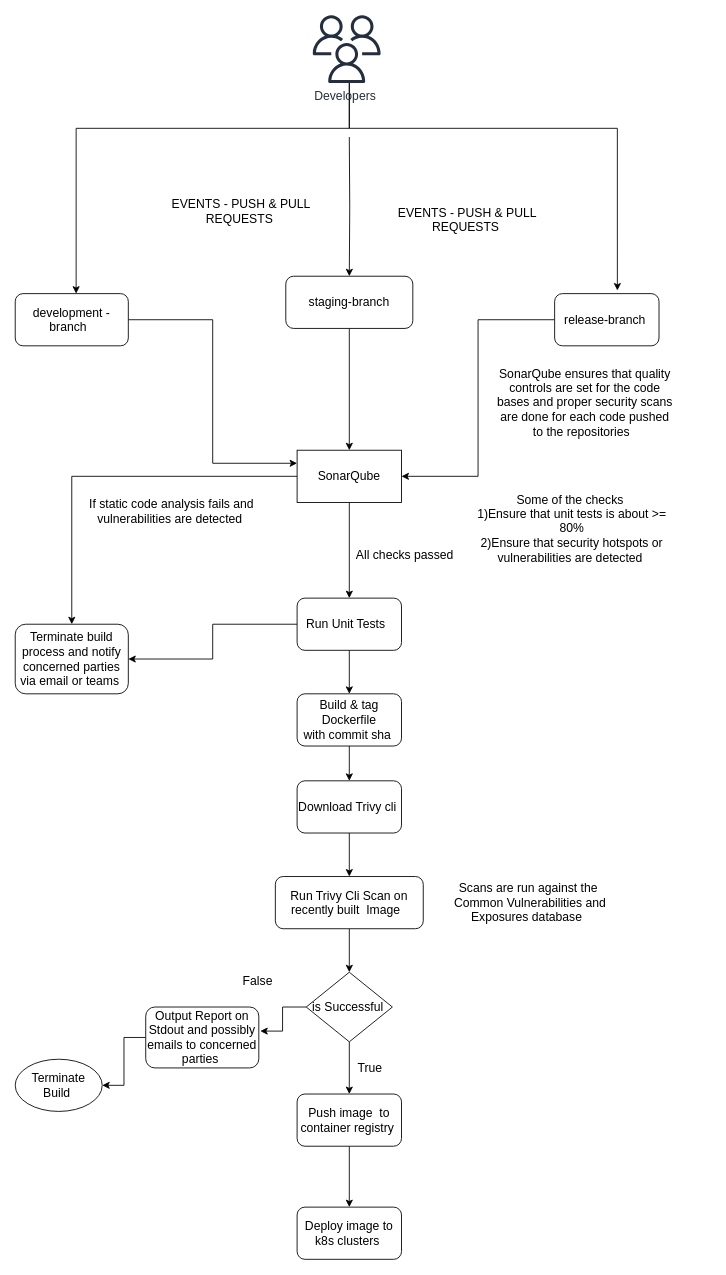
tyger-rareatom/consulting-architectures keeps this draw.io diagram as icurity.drawio. Above is the earlier version. Source tidied: cells renumbered, new cells numbered last; positions are measured from the earlier drawing's top-left corner, leaving out a move shared by most shapes. Both pictures are drawn from the tidied source at 87%, with x=0, y=0 at pixel (15, 15).
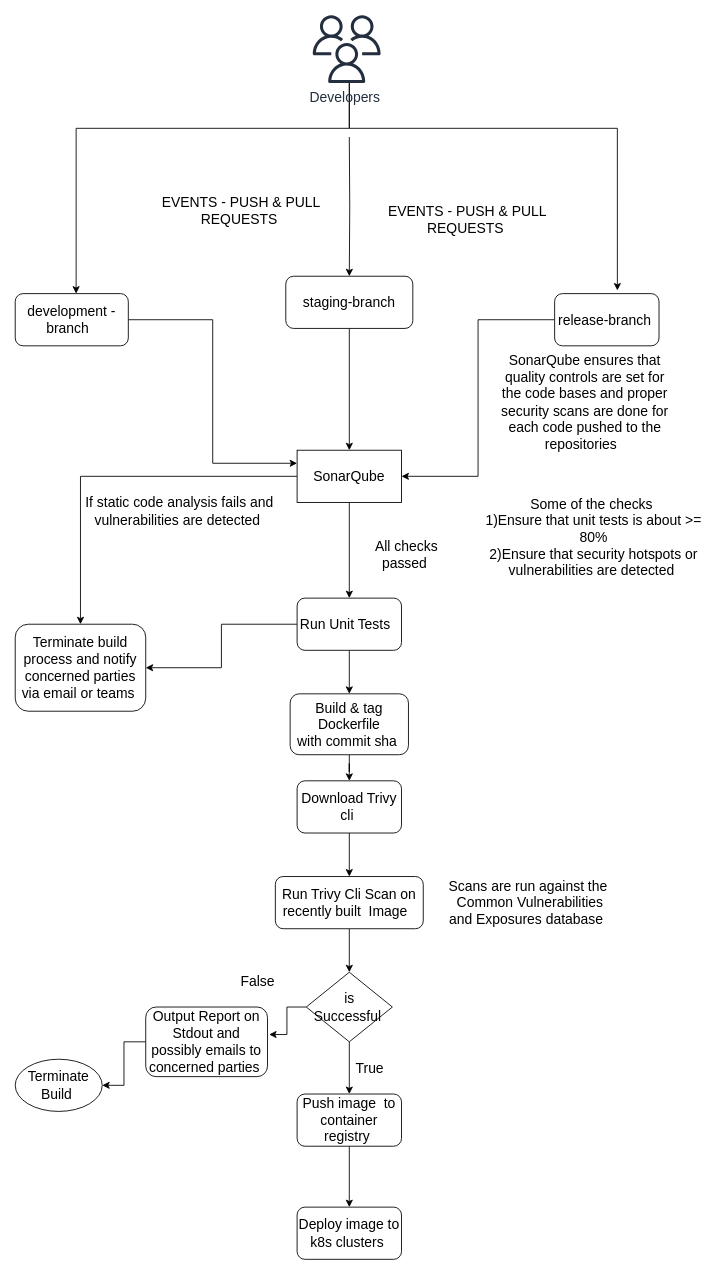
Above is the later version.

Commit message:
Increased font size for the pipeline

The edit, as a diff of the source:
```diff
@@
-    <mxCell id="2" style="edgeStyle=orthogonalEdgeStyle;rounded=0;jettySize=auto;html=1;fontSize=14;" parent="1" edge="1" source="3" target="16">
+    <mxCell id="2" style="edgeStyle=orthogonalEdgeStyle;rounded=0;jettySize=auto;html=1;fontSize=16;" parent="1" edge="1" source="3" target="16">
       <mxGeometry relative="1" as="geometry" />
     </mxCell>
-    <mxCell id="3" value="staging-branch" style="rounded=1;whiteSpace=wrap;html=1;fontSize=14;" parent="1" vertex="1">
+    <mxCell id="3" value="staging-branch" style="rounded=1;whiteSpace=wrap;html=1;fontSize=16;" parent="1" vertex="1">
       <mxGeometry x="311" y="300" width="146" height="60" as="geometry" />
     </mxCell>
-    <mxCell id="4" style="edgeStyle=orthogonalEdgeStyle;rounded=0;jettySize=auto;html=1;fontSize=14;" parent="1" edge="1" target="3">
+    <mxCell id="4" style="edgeStyle=orthogonalEdgeStyle;rounded=0;jettySize=auto;html=1;fontSize=16;" parent="1" edge="1" target="3">
       <mxGeometry relative="1" as="geometry">
         <mxPoint x="384" y="140" as="sourcePoint" />
       </mxGeometry>
     </mxCell>
-    <mxCell id="5" style="edgeStyle=orthogonalEdgeStyle;rounded=0;jettySize=auto;html=1;fontSize=14;" parent="1" edge="1" source="7" target="10">
+    <mxCell id="5" style="edgeStyle=orthogonalEdgeStyle;rounded=0;jettySize=auto;html=1;fontSize=16;" parent="1" edge="1" source="7" target="10">
       <mxGeometry relative="1" as="geometry">
         <Array as="points">
           <mxPoint x="384" y="130" />
           <mxPoint x="70" y="130" />
         </Array>
       </mxGeometry>
     </mxCell>
-    <mxCell id="6" style="edgeStyle=orthogonalEdgeStyle;rounded=0;jettySize=auto;html=1;entryX=0.601;entryY=-0.061;entryDx=0;entryDy=0;entryPerimeter=0;fontSize=14;" parent="1" edge="1" source="7" target="12">
+    <mxCell id="6" style="edgeStyle=orthogonalEdgeStyle;rounded=0;jettySize=auto;html=1;entryX=0.601;entryY=-0.061;entryDx=0;entryDy=0;entryPerimeter=0;fontSize=16;" parent="1" edge="1" source="7" target="12">
       <mxGeometry relative="1" as="geometry">
         <Array as="points">
           <mxPoint x="384" y="130" />
           <mxPoint x="692" y="130" />
         </Array>
       </mxGeometry>
     </mxCell>
-    <mxCell id="7" value="&lt;font style=&quot;font-size: 14px;&quot;&gt;Developers&amp;nbsp;&lt;/font&gt;" style="outlineConnect=0;fontColor=#232F3E;gradientColor=none;fillColor=#232F3E;strokeColor=none;dashed=0;verticalLabelPosition=bottom;verticalAlign=top;align=center;html=1;fontSize=14;fontStyle=0;shape=mxgraph.aws4.users;" parent="1" vertex="1">
+    <mxCell id="7" value="&lt;font style=&quot;font-size: 16px;&quot;&gt;Developers&amp;nbsp;&lt;/font&gt;" style="outlineConnect=0;fontColor=#232F3E;gradientColor=none;fillColor=#232F3E;strokeColor=none;dashed=0;verticalLabelPosition=bottom;verticalAlign=top;align=center;html=1;fontSize=16;fontStyle=0;shape=mxgraph.aws4.users;" parent="1" vertex="1">
       <mxGeometry x="342" width="78" height="78" as="geometry" />
     </mxCell>
-    <mxCell id="8" value="EVENTS - PUSH &amp;amp; PULL REQUESTS&amp;nbsp;" style="text;html=1;strokeColor=none;fillColor=none;align=center;verticalAlign=middle;whiteSpace=wrap;rounded=0;fontSize=14;" parent="1" vertex="1">
+    <mxCell id="8" value="EVENTS - PUSH &amp;amp; PULL REQUESTS&amp;nbsp;" style="text;html=1;strokeColor=none;fillColor=none;align=center;verticalAlign=middle;whiteSpace=wrap;rounded=0;fontSize=16;" parent="1" vertex="1">
       <mxGeometry x="160" y="200" width="200" height="50" as="geometry" />
     </mxCell>
-    <mxCell id="9" style="edgeStyle=orthogonalEdgeStyle;rounded=0;jettySize=auto;html=1;entryX=0;entryY=0.25;entryDx=0;entryDy=0;fontSize=14;" parent="1" edge="1" source="10" target="16">
+    <mxCell id="9" style="edgeStyle=orthogonalEdgeStyle;rounded=0;jettySize=auto;html=1;entryX=0;entryY=0.25;entryDx=0;entryDy=0;fontSize=16;" parent="1" edge="1" source="10" target="16">
       <mxGeometry relative="1" as="geometry" />
     </mxCell>
-    <mxCell id="10" value="development -branch&amp;nbsp;&amp;nbsp;" style="rounded=1;whiteSpace=wrap;html=1;fontSize=14;" parent="1" vertex="1">
+    <mxCell id="10" value="development -branch&amp;nbsp;&amp;nbsp;" style="rounded=1;whiteSpace=wrap;html=1;fontSize=16;" parent="1" vertex="1">
       <mxGeometry y="320" width="130" height="60" as="geometry" />
     </mxCell>
-    <mxCell id="11" style="edgeStyle=orthogonalEdgeStyle;rounded=0;jettySize=auto;html=1;entryX=1;entryY=0.5;entryDx=0;entryDy=0;fontSize=14;" parent="1" edge="1" source="12" target="16">
+    <mxCell id="11" style="edgeStyle=orthogonalEdgeStyle;rounded=0;jettySize=auto;html=1;entryX=1;entryY=0.5;entryDx=0;entryDy=0;fontSize=16;" parent="1" edge="1" source="12" target="16">
       <mxGeometry relative="1" as="geometry" />
     </mxCell>
-    <mxCell id="12" value="release-branch&amp;nbsp;" style="rounded=1;whiteSpace=wrap;html=1;fontSize=14;" parent="1" vertex="1">
+    <mxCell id="12" value="release-branch&amp;nbsp;" style="rounded=1;whiteSpace=wrap;html=1;fontSize=16;" parent="1" vertex="1">
       <mxGeometry x="620" y="320" width="120" height="60" as="geometry" />
     </mxCell>
-    <mxCell id="13" value="EVENTS - PUSH &amp;amp; PULL REQUESTS&amp;nbsp;" style="text;html=1;strokeColor=none;fillColor=none;align=center;verticalAlign=middle;whiteSpace=wrap;rounded=0;fontSize=14;" parent="1" vertex="1">
+    <mxCell id="13" value="EVENTS - PUSH &amp;amp; PULL REQUESTS&amp;nbsp;" style="text;html=1;strokeColor=none;fillColor=none;align=center;verticalAlign=middle;whiteSpace=wrap;rounded=0;fontSize=16;" parent="1" vertex="1">
       <mxGeometry x="420" y="210" width="200" height="50" as="geometry" />
     </mxCell>
-    <mxCell id="14" style="edgeStyle=orthogonalEdgeStyle;rounded=0;jettySize=auto;html=1;entryX=0.5;entryY=0;entryDx=0;entryDy=0;fontSize=14;" parent="1" edge="1" source="16" target="23">
+    <mxCell id="14" style="edgeStyle=orthogonalEdgeStyle;rounded=0;jettySize=auto;html=1;entryX=0.5;entryY=0;entryDx=0;entryDy=0;fontSize=16;" parent="1" edge="1" source="16" target="23">
       <mxGeometry relative="1" as="geometry" />
     </mxCell>
-    <mxCell id="15" style="edgeStyle=orthogonalEdgeStyle;rounded=0;jettySize=auto;html=1;fontSize=14;" parent="1" edge="1" source="16" target="21">
+    <mxCell id="15" style="edgeStyle=orthogonalEdgeStyle;rounded=0;jettySize=auto;html=1;fontSize=16;" parent="1" edge="1" source="16" target="21">
       <mxGeometry relative="1" as="geometry" />
     </mxCell>
-    <mxCell id="16" value="SonarQube" style="rounded=0;whiteSpace=wrap;html=1;fontSize=14;" parent="1" vertex="1">
+    <mxCell id="16" value="SonarQube" style="rounded=0;whiteSpace=wrap;html=1;fontSize=16;" parent="1" vertex="1">
       <mxGeometry x="324" y="500" width="120" height="60" as="geometry" />
     </mxCell>
-    <mxCell id="17" value="SonarQube ensures that quality controls are set for the code bases and proper security scans are done for each code pushed to the repositories&amp;nbsp;&amp;nbsp;" style="text;html=1;strokeColor=none;fillColor=none;align=center;verticalAlign=middle;whiteSpace=wrap;rounded=0;fontSize=14;" parent="1" vertex="1">
+    <mxCell id="17" value="SonarQube ensures that quality controls are set for the code bases and proper security scans are done for each code pushed to the repositories&amp;nbsp;&amp;nbsp;" style="text;html=1;strokeColor=none;fillColor=none;align=center;verticalAlign=middle;whiteSpace=wrap;rounded=0;fontSize=16;" parent="1" vertex="1">
       <mxGeometry x="550" y="400" width="210" height="90" as="geometry" />
     </mxCell>
-    <mxCell id="18" value="Some of the checks&amp;nbsp;&lt;br style=&quot;font-size: 14px;&quot;&gt;1)Ensure that unit tests is about &amp;gt;= 80%&lt;br style=&quot;font-size: 14px;&quot;&gt;2)Ensure that security hotspots or vulnerabilities are detected&amp;nbsp;" style="text;html=1;strokeColor=none;fillColor=none;align=center;verticalAlign=middle;whiteSpace=wrap;rounded=0;fontSize=14;" parent="1" vertex="1">
-      <mxGeometry x="530" y="540" width="220" height="100" as="geometry" />
+    <mxCell id="18" value="Some of the checks&amp;nbsp;&lt;br style=&quot;font-size: 16px;&quot;&gt;1)Ensure that unit tests is about &amp;gt;= 80%&lt;br style=&quot;font-size: 16px;&quot;&gt;2)Ensure that security hotspots or vulnerabilities are detected&amp;nbsp;" style="text;html=1;strokeColor=none;fillColor=none;align=center;verticalAlign=middle;whiteSpace=wrap;rounded=0;fontSize=16;" parent="1" vertex="1">
+      <mxGeometry x="530" y="540" width="270" height="120" as="geometry" />
     </mxCell>
-    <mxCell id="19" style="edgeStyle=orthogonalEdgeStyle;rounded=0;jettySize=auto;html=1;fontSize=14;" parent="1" edge="1" source="21" target="26">
+    <mxCell id="19" style="edgeStyle=orthogonalEdgeStyle;rounded=0;jettySize=auto;html=1;fontSize=16;" parent="1" edge="1" source="21" target="26">
       <mxGeometry relative="1" as="geometry" />
     </mxCell>
-    <mxCell id="20" style="edgeStyle=orthogonalEdgeStyle;rounded=0;jettySize=auto;html=1;entryX=1;entryY=0.5;entryDx=0;entryDy=0;fontSize=14;" parent="1" edge="1" source="21" target="23">
+    <mxCell id="20" style="edgeStyle=orthogonalEdgeStyle;rounded=0;jettySize=auto;html=1;entryX=1;entryY=0.5;entryDx=0;entryDy=0;fontSize=16;" parent="1" edge="1" source="21" target="23">
       <mxGeometry relative="1" as="geometry" />
     </mxCell>
-    <mxCell id="21" value="Run Unit Tests&amp;nbsp;&amp;nbsp;" style="rounded=1;whiteSpace=wrap;html=1;fontSize=14;" parent="1" vertex="1">
+    <mxCell id="21" value="Run Unit Tests&amp;nbsp;&amp;nbsp;" style="rounded=1;whiteSpace=wrap;html=1;fontSize=16;" parent="1" vertex="1">
       <mxGeometry x="324" y="670" width="120" height="60" as="geometry" />
     </mxCell>
-    <mxCell id="22" value="All checks passed&amp;nbsp;" style="text;html=1;strokeColor=none;fillColor=none;align=center;verticalAlign=middle;whiteSpace=wrap;rounded=0;fontSize=14;" parent="1" vertex="1">
+    <mxCell id="22" value="All checks passed&amp;nbsp;" style="text;html=1;strokeColor=none;fillColor=none;align=center;verticalAlign=middle;whiteSpace=wrap;rounded=0;fontSize=16;" parent="1" vertex="1">
       <mxGeometry x="390" y="610" width="120" height="20" as="geometry" />
     </mxCell>
-    <mxCell id="23" value="Terminate build process and notify concerned parties via email or teams&amp;nbsp;" style="rounded=1;whiteSpace=wrap;html=1;fontSize=14;" parent="1" vertex="1">
-      <mxGeometry y="700" width="130" height="80" as="geometry" />
+    <mxCell id="23" value="Terminate build process and notify concerned parties via email or teams&amp;nbsp;" style="rounded=1;whiteSpace=wrap;html=1;fontSize=16;" parent="1" vertex="1">
+      <mxGeometry y="700" width="150" height="100" as="geometry" />
     </mxCell>
-    <mxCell id="24" value="If static code analysis fails and vulnerabilities are detected&amp;nbsp;" style="text;html=1;strokeColor=none;fillColor=none;align=center;verticalAlign=middle;whiteSpace=wrap;rounded=0;fontSize=14;" parent="1" vertex="1">
-      <mxGeometry x="70" y="540" width="220" height="60" as="geometry" />
+    <mxCell id="24" value="If static code analysis fails and vulnerabilities are detected&amp;nbsp;" style="text;html=1;strokeColor=none;fillColor=none;align=center;verticalAlign=middle;whiteSpace=wrap;rounded=0;fontSize=16;" parent="1" vertex="1">
+      <mxGeometry x="79" y="540" width="220" height="60" as="geometry" />
     </mxCell>
-    <mxCell id="25" style="edgeStyle=orthogonalEdgeStyle;rounded=0;jettySize=auto;html=1;fontSize=14;" parent="1" edge="1" source="26" target="28">
+    <mxCell id="25" style="edgeStyle=orthogonalEdgeStyle;rounded=0;jettySize=auto;html=1;fontSize=16;" parent="1" edge="1" source="26" target="28">
       <mxGeometry relative="1" as="geometry" />
     </mxCell>
-    <mxCell id="26" value="Build &amp;amp; tag Dockerfile&lt;br style=&quot;font-size: 14px;&quot;&gt;with commit sha&amp;nbsp;" style="rounded=1;whiteSpace=wrap;html=1;fontSize=14;" parent="1" vertex="1">
-      <mxGeometry x="324" y="780" width="120" height="60" as="geometry" />
+    <mxCell id="26" value="Build &amp;amp; tag Dockerfile&lt;br style=&quot;font-size: 16px;&quot;&gt;with commit sha&amp;nbsp;" style="rounded=1;whiteSpace=wrap;html=1;fontSize=16;" parent="1" vertex="1">
+      <mxGeometry x="316" y="780" width="136" height="70" as="geometry" />
     </mxCell>
-    <mxCell id="27" style="edgeStyle=orthogonalEdgeStyle;rounded=0;jettySize=auto;html=1;fontSize=14;" parent="1" edge="1" source="28" target="30">
+    <mxCell id="27" style="edgeStyle=orthogonalEdgeStyle;rounded=0;jettySize=auto;html=1;fontSize=16;" parent="1" edge="1" source="28" target="30">
       <mxGeometry relative="1" as="geometry" />
     </mxCell>
-    <mxCell id="28" value="Download Trivy cli&amp;nbsp;" style="rounded=1;whiteSpace=wrap;html=1;fontSize=14;" parent="1" vertex="1">
+    <mxCell id="28" value="Download Trivy cli&amp;nbsp;" style="rounded=1;whiteSpace=wrap;html=1;fontSize=16;" parent="1" vertex="1">
       <mxGeometry x="324" y="880" width="120" height="60" as="geometry" />
     </mxCell>
-    <mxCell id="29" style="edgeStyle=orthogonalEdgeStyle;rounded=0;jettySize=auto;html=1;fontSize=14;" parent="1" edge="1" source="30" target="35">
+    <mxCell id="29" style="edgeStyle=orthogonalEdgeStyle;rounded=0;jettySize=auto;html=1;fontSize=16;" parent="1" edge="1" source="30" target="35">
       <mxGeometry relative="1" as="geometry" />
     </mxCell>
-    <mxCell id="30" value="&lt;span style=&quot;font-size: 14px;&quot;&gt;Run Trivy Cli Scan on recently built&amp;nbsp; Image&amp;nbsp;&amp;nbsp;&lt;/span&gt;" style="rounded=1;whiteSpace=wrap;html=1;fontSize=14;" parent="1" vertex="1">
+    <mxCell id="30" value="&lt;span style=&quot;font-size: 16px;&quot;&gt;Run Trivy Cli Scan on recently built&amp;nbsp; Image&amp;nbsp;&amp;nbsp;&lt;/span&gt;" style="rounded=1;whiteSpace=wrap;html=1;fontSize=16;" parent="1" vertex="1">
       <mxGeometry x="299" y="990" width="170" height="60" as="geometry" />
     </mxCell>
-    <mxCell id="31" style="edgeStyle=orthogonalEdgeStyle;rounded=0;jettySize=auto;html=1;fontSize=14;" parent="1" edge="1" source="32" target="39">
+    <mxCell id="31" style="edgeStyle=orthogonalEdgeStyle;rounded=0;jettySize=auto;html=1;fontSize=16;" parent="1" edge="1" source="32" target="39">
       <mxGeometry relative="1" as="geometry" />
     </mxCell>
-    <mxCell id="32" value="Output Report on Stdout and possibly emails to concerned parties&amp;nbsp;" style="rounded=1;whiteSpace=wrap;html=1;fontSize=14;" parent="1" vertex="1">
-      <mxGeometry x="150" y="1140" width="130" height="70" as="geometry" />
+    <mxCell id="32" value="Output Report on Stdout and possibly emails to concerned parties&amp;nbsp;" style="rounded=1;whiteSpace=wrap;html=1;fontSize=16;" parent="1" vertex="1">
+      <mxGeometry x="150" y="1140" width="140" height="80" as="geometry" />
     </mxCell>
-    <mxCell id="33" style="edgeStyle=orthogonalEdgeStyle;rounded=0;jettySize=auto;html=1;entryX=1.013;entryY=0.395;entryDx=0;entryDy=0;entryPerimeter=0;fontSize=14;" parent="1" edge="1" source="35" target="32">
+    <mxCell id="33" style="edgeStyle=orthogonalEdgeStyle;rounded=0;jettySize=auto;html=1;entryX=1.013;entryY=0.395;entryDx=0;entryDy=0;entryPerimeter=0;fontSize=16;" parent="1" edge="1" source="35" target="32">
       <mxGeometry relative="1" as="geometry" />
     </mxCell>
-    <mxCell id="34" style="edgeStyle=orthogonalEdgeStyle;rounded=0;jettySize=auto;html=1;fontSize=14;" parent="1" edge="1" source="35" target="41">
+    <mxCell id="34" style="edgeStyle=orthogonalEdgeStyle;rounded=0;jettySize=auto;html=1;fontSize=16;" parent="1" edge="1" source="35" target="41">
       <mxGeometry relative="1" as="geometry" />
     </mxCell>
-    <mxCell id="35" value="is Successful&amp;nbsp;" style="rhombus;whiteSpace=wrap;html=1;fontSize=14;" parent="1" vertex="1">
+    <mxCell id="35" value="is Successful&amp;nbsp;" style="rhombus;whiteSpace=wrap;html=1;fontSize=16;" parent="1" vertex="1">
       <mxGeometry x="334.5" y="1100" width="99" height="80" as="geometry" />
     </mxCell>
-    <mxCell id="36" value="True&amp;nbsp;" style="text;html=1;strokeColor=none;fillColor=none;align=center;verticalAlign=middle;whiteSpace=wrap;rounded=0;fontSize=14;" parent="1" vertex="1">
+    <mxCell id="36" value="True&amp;nbsp;" style="text;html=1;strokeColor=none;fillColor=none;align=center;verticalAlign=middle;whiteSpace=wrap;rounded=0;fontSize=16;" parent="1" vertex="1">
       <mxGeometry x="390" y="1200" width="40" height="20" as="geometry" />
     </mxCell>
-    <mxCell id="37" value="False" style="text;html=1;strokeColor=none;fillColor=none;align=center;verticalAlign=middle;whiteSpace=wrap;rounded=0;fontSize=14;" parent="1" vertex="1">
+    <mxCell id="37" value="False" style="text;html=1;strokeColor=none;fillColor=none;align=center;verticalAlign=middle;whiteSpace=wrap;rounded=0;fontSize=16;" parent="1" vertex="1">
       <mxGeometry x="259" y="1100" width="40" height="20" as="geometry" />
     </mxCell>
-    <mxCell id="38" value="Scans are run against the&amp;nbsp; Common Vulnerabilities and Exposures database&amp;nbsp;&amp;nbsp;" style="text;html=1;strokeColor=none;fillColor=none;align=center;verticalAlign=middle;whiteSpace=wrap;rounded=0;fontSize=14;" parent="1" vertex="1">
+    <mxCell id="38" value="Scans are run against the&amp;nbsp; Common Vulnerabilities and Exposures database&amp;nbsp;&amp;nbsp;" style="text;html=1;strokeColor=none;fillColor=none;align=center;verticalAlign=middle;whiteSpace=wrap;rounded=0;fontSize=16;" parent="1" vertex="1">
       <mxGeometry x="497" y="980" width="190" height="80" as="geometry" />
     </mxCell>
-    <mxCell id="39" value="Terminate Build&amp;nbsp;" style="ellipse;whiteSpace=wrap;html=1;fontSize=14;" parent="1" vertex="1">
+    <mxCell id="39" value="Terminate Build&amp;nbsp;" style="ellipse;whiteSpace=wrap;html=1;fontSize=16;" parent="1" vertex="1">
       <mxGeometry y="1200" width="100" height="60" as="geometry" />
     </mxCell>
-    <mxCell id="40" style="edgeStyle=orthogonalEdgeStyle;rounded=0;jettySize=auto;html=1;fontSize=14;" parent="1" edge="1" source="41" target="42">
+    <mxCell id="40" style="edgeStyle=orthogonalEdgeStyle;rounded=0;jettySize=auto;html=1;fontSize=16;" parent="1" edge="1" source="41" target="42">
       <mxGeometry relative="1" as="geometry" />
     </mxCell>
-    <mxCell id="41" value="Push image&amp;nbsp; to container registry&amp;nbsp;" style="rounded=1;whiteSpace=wrap;html=1;fontSize=14;" parent="1" vertex="1">
+    <mxCell id="41" value="Push image&amp;nbsp; to container registry&amp;nbsp;" style="rounded=1;whiteSpace=wrap;html=1;fontSize=16;" parent="1" vertex="1">
       <mxGeometry x="324" y="1240" width="120" height="60" as="geometry" />
     </mxCell>
-    <mxCell id="42" value="Deploy image to k8s clusters&amp;nbsp;" style="rounded=1;whiteSpace=wrap;html=1;fontSize=14;" parent="1" vertex="1">
+    <mxCell id="42" value="Deploy image to k8s clusters&amp;nbsp;" style="rounded=1;whiteSpace=wrap;html=1;fontSize=16;" parent="1" vertex="1">
       <mxGeometry x="324" y="1370" width="120" height="60" as="geometry" />
     </mxCell>
```
